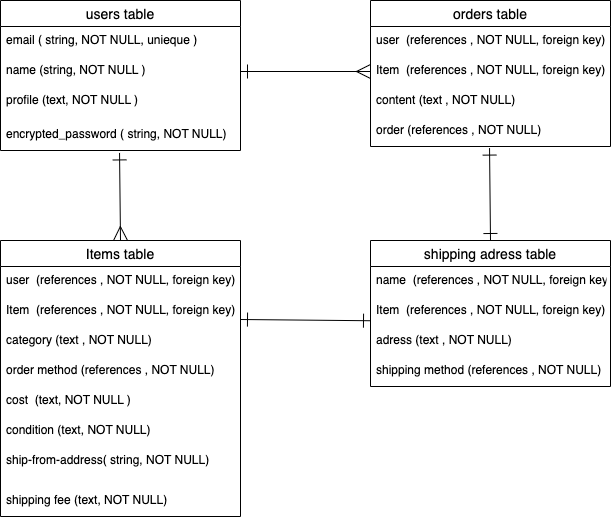
Jyoumama/furima-40508 keeps this draw.io diagram as app/views/orders/furima.ER..drawio.png. Above is the earlier version. Source tidied: cells renumbered, new cells last; positions are measured from the earlier drawing's top-left corner, leaving out a move shared by most shapes.
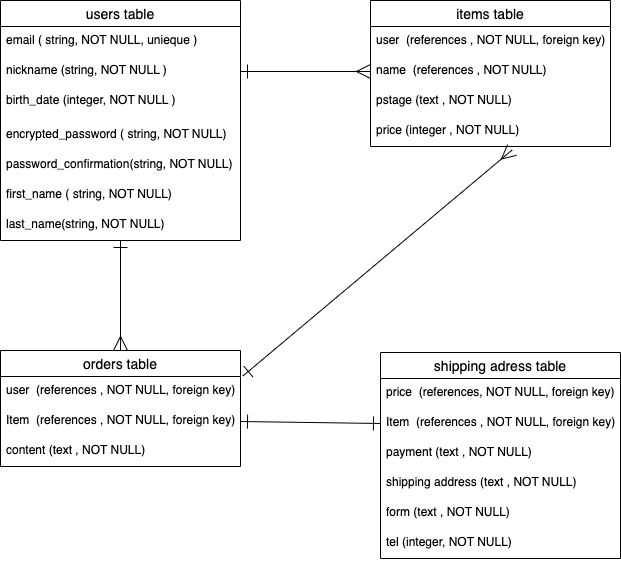
The same file after the commit.

Commit message:
READMEとER図の修正

Diff of the diagram source:
```diff
@@ -3,40 +3,51 @@
     <mxCell id="0" />
     <mxCell id="1" parent="0" />
     <mxCell id="2" value="users table" style="swimlane;fontStyle=0;horizontal=1;startSize=26;align=center;fontSize=14;" parent="1" vertex="1">
-      <mxGeometry width="240" height="150" as="geometry" />
+      <mxGeometry width="240" height="240" as="geometry" />
     </mxCell>
     <mxCell id="3" value="email ( string, NOT NULL, unieque )" style="text;strokeColor=none;fillColor=none;spacingLeft=4;spacingRight=4;overflow=hidden;fontSize=12;" parent="2" vertex="1">
       <mxGeometry y="26" width="240" height="30" as="geometry" />
     </mxCell>
-    <mxCell id="4" value="name (string, NOT NULL )" style="text;strokeColor=none;fillColor=none;spacingLeft=4;spacingRight=4;overflow=hidden;points=[[0,0.5],[1,0.5]];portConstraint=eastwest;fontSize=12;" parent="2" vertex="1">
+    <mxCell id="4" value="nickname (string, NOT NULL )" style="text;strokeColor=none;fillColor=none;spacingLeft=4;spacingRight=4;overflow=hidden;points=[[0,0.5],[1,0.5]];portConstraint=eastwest;fontSize=12;" parent="2" vertex="1">
       <mxGeometry y="56" width="240" height="30" as="geometry" />
     </mxCell>
-    <mxCell id="5" value="profile (text, NOT NULL )" style="text;strokeColor=none;fillColor=none;spacingLeft=4;spacingRight=4;overflow=hidden;fontSize=12;" parent="2" vertex="1">
+    <mxCell id="5" value="birth_date (integer, NOT NULL )" style="text;strokeColor=none;fillColor=none;spacingLeft=4;spacingRight=4;overflow=hidden;fontSize=12;" parent="2" vertex="1">
       <mxGeometry y="86" width="240" height="34" as="geometry" />
     </mxCell>
     <mxCell id="6" value="encrypted_password ( string, NOT NULL)" style="text;strokeColor=none;fillColor=none;spacingLeft=4;spacingRight=4;overflow=hidden;points=[[0,0.5],[1,0.5]];portConstraint=eastwest;fontSize=12;" parent="2" vertex="1">
       <mxGeometry y="120" width="240" height="30" as="geometry" />
     </mxCell>
+    <mxCell id="30" value="password_confirmation(string, NOT NULL)" style="text;strokeColor=none;fillColor=none;spacingLeft=4;spacingRight=4;overflow=hidden;fontSize=12;" parent="2" vertex="1">
+      <mxGeometry y="150" width="240" height="30" as="geometry" />
+    </mxCell>
+    <mxCell id="31" value="first_name ( string, NOT NULL)" style="text;strokeColor=none;fillColor=none;spacingLeft=4;spacingRight=4;overflow=hidden;fontSize=12;" parent="2" vertex="1">
+      <mxGeometry y="180" width="240" height="30" as="geometry" />
+    </mxCell>
+    <mxCell id="32" value="last_name(string, NOT NULL)" style="text;strokeColor=none;fillColor=none;spacingLeft=4;spacingRight=4;overflow=hidden;fontSize=12;" parent="2" vertex="1">
+      <mxGeometry y="210" width="240" height="30" as="geometry" />
+    </mxCell>
-    <mxCell id="7" value="orders table" style="swimlane;fontStyle=0;horizontal=1;startSize=26;align=center;fontSize=14;" parent="1" vertex="1">
+    <mxCell id="7" value="items table" style="swimlane;fontStyle=0;horizontal=1;startSize=26;align=center;fontSize=14;" parent="1" vertex="1">
       <mxGeometry x="370" width="240" height="146" as="geometry" />
     </mxCell>
     <mxCell id="8" value="user  (references , NOT NULL, foreign key)" style="text;strokeColor=none;fillColor=none;spacingLeft=4;spacingRight=4;overflow=hidden;fontSize=12;" parent="7" vertex="1">
       <mxGeometry y="26" width="240" height="30" as="geometry" />
     </mxCell>
-    <mxCell id="9" value="Item  (references , NOT NULL, foreign key) " style="text;strokeColor=none;fillColor=none;spacingLeft=4;spacingRight=4;overflow=hidden;points=[[0,0.5],[1,0.5]];portConstraint=eastwest;fontSize=12;" parent="7" vertex="1">
+    <mxCell id="9" value="name  (references , NOT NULL) " style="text;strokeColor=none;fillColor=none;spacingLeft=4;spacingRight=4;overflow=hidden;points=[[0,0.5],[1,0.5]];portConstraint=eastwest;fontSize=12;" parent="7" vertex="1">
       <mxGeometry y="56" width="240" height="30" as="geometry" />
     </mxCell>
-    <mxCell id="10" value="content (text , NOT NULL)" style="text;strokeColor=none;fillColor=none;spacingLeft=4;spacingRight=4;overflow=hidden;fontSize=12;" parent="7" vertex="1">
+    <mxCell id="10" value="pstage (text , NOT NULL)" style="text;strokeColor=none;fillColor=none;spacingLeft=4;spacingRight=4;overflow=hidden;fontSize=12;" parent="7" vertex="1">
       <mxGeometry y="86" width="240" height="30" as="geometry" />
     </mxCell>
-    <mxCell id="11" value="order (references , NOT NULL)" style="text;strokeColor=none;fillColor=none;spacingLeft=4;spacingRight=4;overflow=hidden;points=[[0,0.5],[1,0.5]];portConstraint=eastwest;fontSize=12;" parent="7" vertex="1">
+    <mxCell id="11" value="price (integer , NOT NULL)" style="text;strokeColor=none;fillColor=none;spacingLeft=4;spacingRight=4;overflow=hidden;points=[[0,0.5],[1,0.5]];portConstraint=eastwest;fontSize=12;" parent="7" vertex="1">
       <mxGeometry y="116" width="240" height="30" as="geometry" />
     </mxCell>
-    <mxCell id="12" style="edgeStyle=none;jumpSize=10;html=1;exitX=0.5;exitY=0;exitDx=0;exitDy=0;entryX=0.496;entryY=1.081;entryDx=0;entryDy=0;entryPerimeter=0;startArrow=ERmany;startFill=0;endArrow=ERone;endFill=0;startSize=12;endSize=12;" parent="1" edge="1" source="13" target="6">
-      <mxGeometry relative="1" as="geometry" />
+    <mxCell id="12" style="edgeStyle=none;jumpSize=10;html=1;exitX=0.5;exitY=0;exitDx=0;exitDy=0;startArrow=ERmany;startFill=0;endArrow=ERone;endFill=0;startSize=12;endSize=12;" parent="1" edge="1" source="13">
+      <mxGeometry relative="1" as="geometry">
+        <mxPoint x="120" y="240" as="targetPoint" />
+      </mxGeometry>
     </mxCell>
-    <mxCell id="13" value="Items table" style="swimlane;fontStyle=0;horizontal=1;startSize=26;align=center;fontSize=14;" parent="1" vertex="1">
-      <mxGeometry y="240" width="240" height="276" as="geometry" />
+    <mxCell id="13" value="orders table" style="swimlane;fontStyle=0;horizontal=1;startSize=26;align=center;fontSize=14;" parent="1" vertex="1">
+      <mxGeometry y="350" width="240" height="116" as="geometry" />
     </mxCell>
     <mxCell id="14" value="user  (references , NOT NULL, foreign key)" style="text;strokeColor=none;fillColor=none;spacingLeft=4;spacingRight=4;overflow=hidden;points=[[0,0.5],[1,0.5]];portConstraint=eastwest;fontSize=12;" parent="13" vertex="1">
       <mxGeometry y="26" width="240" height="30" as="geometry" />
@@ -44,49 +55,38 @@
     <mxCell id="15" value="Item  (references , NOT NULL, foreign key) " style="text;strokeColor=none;fillColor=none;spacingLeft=4;spacingRight=4;overflow=hidden;points=[[0,0.5],[1,0.5]];portConstraint=eastwest;fontSize=12;" parent="13" vertex="1">
       <mxGeometry y="56" width="240" height="30" as="geometry" />
     </mxCell>
-    <mxCell id="16" value="category (text , NOT NULL)" style="text;strokeColor=none;fillColor=none;spacingLeft=4;spacingRight=4;overflow=hidden;fontSize=12;" parent="13" vertex="1">
+    <mxCell id="16" value="content (text , NOT NULL)" style="text;strokeColor=none;fillColor=none;spacingLeft=4;spacingRight=4;overflow=hidden;fontSize=12;" parent="13" vertex="1">
       <mxGeometry y="86" width="240" height="30" as="geometry" />
     </mxCell>
-    <mxCell id="17" value="order method (references , NOT NULL)" style="text;strokeColor=none;fillColor=none;spacingLeft=4;spacingRight=4;overflow=hidden;fontSize=12;" parent="13" vertex="1">
-      <mxGeometry y="116" width="240" height="30" as="geometry" />
-    </mxCell>
-    <mxCell id="18" value="cost  (text, NOT NULL )" style="text;strokeColor=none;fillColor=none;spacingLeft=4;spacingRight=4;overflow=hidden;fontSize=12;" parent="13" vertex="1">
-      <mxGeometry y="146" width="240" height="30" as="geometry" />
-    </mxCell>
-    <mxCell id="19" value="condition (text, NOT NULL)" style="text;strokeColor=none;fillColor=none;spacingLeft=4;spacingRight=4;overflow=hidden;fontSize=12;" parent="13" vertex="1">
-      <mxGeometry y="176" width="240" height="30" as="geometry" />
-    </mxCell>
-    <mxCell id="20" value="ship-from-address( string, NOT NULL)" style="text;strokeColor=none;fillColor=none;spacingLeft=4;spacingRight=4;overflow=hidden;fontSize=12;" parent="13" vertex="1">
-      <mxGeometry y="206" width="240" height="40" as="geometry" />
-    </mxCell>
-    <mxCell id="21" value="shipping fee (text, NOT NULL)" style="text;strokeColor=none;fillColor=none;spacingLeft=4;spacingRight=4;overflow=hidden;fontSize=12;" parent="13" vertex="1">
-      <mxGeometry y="246" width="240" height="30" as="geometry" />
-    </mxCell>
-    <mxCell id="22" style="edgeStyle=none;jumpSize=10;html=1;exitX=0.5;exitY=0;exitDx=0;exitDy=0;startArrow=ERone;startFill=0;endArrow=ERone;endFill=0;startSize=12;endSize=12;entryX=0.496;entryY=1.053;entryDx=0;entryDy=0;entryPerimeter=0;" parent="1" edge="1" source="23" target="11">
+    <mxCell id="22" style="edgeStyle=none;jumpSize=10;html=1;startArrow=ERone;startFill=0;endArrow=ERmany;endFill=0;startSize=12;endSize=12;entryX=0.59;entryY=1.117;entryDx=0;entryDy=0;entryPerimeter=0;exitX=1.01;exitY=-0.017;exitDx=0;exitDy=0;exitPerimeter=0;" parent="1" edge="1" source="14" target="11">
       <mxGeometry relative="1" as="geometry" />
     </mxCell>
     <mxCell id="23" value="shipping adress table" style="swimlane;fontStyle=0;horizontal=1;startSize=26;align=center;fontSize=14;" parent="1" vertex="1">
-      <mxGeometry x="370" y="240" width="240" height="146" as="geometry" />
+      <mxGeometry x="380" y="352" width="240" height="206" as="geometry" />
     </mxCell>
-    <mxCell id="24" value="name  (references , NOT NULL, foreign key)" style="text;strokeColor=none;fillColor=none;spacingLeft=4;spacingRight=4;overflow=hidden;fontSize=12;" parent="23" vertex="1">
+    <mxCell id="24" value="price  (references, NOT NULL, foreign key)" style="text;strokeColor=none;fillColor=none;spacingLeft=4;spacingRight=4;overflow=hidden;fontSize=12;" parent="23" vertex="1">
       <mxGeometry y="26" width="240" height="30" as="geometry" />
     </mxCell>
     <mxCell id="25" value="Item  (references , NOT NULL, foreign key) " style="text;strokeColor=none;fillColor=none;spacingLeft=4;spacingRight=4;overflow=hidden;points=[[0,0.5],[1,0.5]];portConstraint=eastwest;fontSize=12;" parent="23" vertex="1">
       <mxGeometry y="56" width="240" height="30" as="geometry" />
     </mxCell>
-    <mxCell id="26" value="adress (text , NOT NULL)" style="text;strokeColor=none;fillColor=none;spacingLeft=4;spacingRight=4;overflow=hidden;fontSize=12;" parent="23" vertex="1">
+    <mxCell id="26" value="payment (text , NOT NULL)" style="text;strokeColor=none;fillColor=none;spacingLeft=4;spacingRight=4;overflow=hidden;fontSize=12;" parent="23" vertex="1">
       <mxGeometry y="86" width="240" height="30" as="geometry" />
     </mxCell>
-    <mxCell id="27" value="shipping method (references , NOT NULL)" style="text;strokeColor=none;fillColor=none;spacingLeft=4;spacingRight=4;overflow=hidden;fontSize=12;" parent="23" vertex="1">
+    <mxCell id="27" value="shipping address (text , NOT NULL)" style="text;strokeColor=none;fillColor=none;spacingLeft=4;spacingRight=4;overflow=hidden;fontSize=12;" parent="23" vertex="1">
       <mxGeometry y="116" width="240" height="30" as="geometry" />
     </mxCell>
+    <mxCell id="33" value="form (text , NOT NULL)" style="text;strokeColor=none;fillColor=none;spacingLeft=4;spacingRight=4;overflow=hidden;fontSize=12;" parent="23" vertex="1">
+      <mxGeometry y="146" width="240" height="30" as="geometry" />
+    </mxCell>
+    <mxCell id="34" value="tel (integer, NOT NULL)" style="text;strokeColor=none;fillColor=none;spacingLeft=4;spacingRight=4;overflow=hidden;fontSize=12;" parent="23" vertex="1">
+      <mxGeometry y="176" width="240" height="30" as="geometry" />
+    </mxCell>
     <mxCell id="28" style="edgeStyle=none;html=1;exitX=1;exitY=0.5;exitDx=0;exitDy=0;entryX=0;entryY=0.5;entryDx=0;entryDy=0;endArrow=ERmany;endFill=0;jumpSize=10;endSize=12;startArrow=ERone;startFill=0;startSize=12;" parent="1" edge="1" source="4" target="9">
       <mxGeometry relative="1" as="geometry" />
     </mxCell>
-    <mxCell id="29" style="edgeStyle=none;jumpSize=10;html=1;entryX=0;entryY=0.808;entryDx=0;entryDy=0;startArrow=ERone;startFill=0;endArrow=ERone;endFill=0;startSize=12;endSize=12;entryPerimeter=0;" parent="1" edge="1" target="25">
-      <mxGeometry relative="1" as="geometry">
-        <mxPoint x="240" y="319" as="sourcePoint" />
-      </mxGeometry>
+    <mxCell id="29" style="edgeStyle=none;jumpSize=10;html=1;entryX=0;entryY=0.5;entryDx=0;entryDy=0;startArrow=ERone;startFill=0;endArrow=ERone;endFill=0;startSize=12;endSize=12;exitX=1;exitY=0.5;exitDx=0;exitDy=0;" parent="1" edge="1" source="15" target="25">
+      <mxGeometry relative="1" as="geometry" />
     </mxCell>
   </root>
 </mxGraphModel>
```
